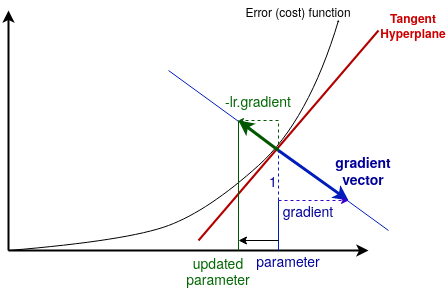
parcoor/miscellanous keeps this draw.io diagram as img/gradient.png. Above is the earlier version. Source tidied: cells renumbered, new cells last; positions are measured from the earlier drawing's top-left corner, leaving out a move shared by most shapes. Source of this version:
```xml
<mxGraphModel>
  <root>
    <mxCell id="0" />
    <mxCell id="1" parent="0" />
    <mxCell id="2" style="endArrow=none;html=1;fillColor=#e51400;strokeColor=#B20000;strokeWidth=2;" parent="1" edge="1">
      <mxGeometry relative="1" as="geometry">
        <mxPoint x="190" y="240" as="sourcePoint" />
        <mxPoint x="370" y="30" as="targetPoint" />
      </mxGeometry>
    </mxCell>
    <mxCell id="3" style="curved=1;html=1;endArrow=ERone;endFill=0;endSize=0;" parent="1" edge="1">
      <mxGeometry relative="1" as="geometry">
        <mxPoint y="250" as="sourcePoint" />
        <mxPoint x="330" y="20" as="targetPoint" />
        <Array as="points">
          <mxPoint x="120" y="240" />
          <mxPoint x="200" y="210" />
          <mxPoint x="300" y="120" />
        </Array>
      </mxGeometry>
    </mxCell>
    <mxCell id="4" style="endArrow=none;html=1;fillColor=#0050ef;strokeColor=#001DBC;" parent="1" edge="1">
      <mxGeometry relative="1" as="geometry">
        <mxPoint x="160" y="70" as="sourcePoint" />
        <mxPoint x="380" y="230" as="targetPoint" />
      </mxGeometry>
    </mxCell>
    <mxCell id="5" style="endArrow=classic;html=1;strokeWidth=3;fillColor=#0050ef;strokeColor=#001DBC;" parent="1" edge="1">
      <mxGeometry relative="1" as="geometry">
        <mxPoint x="270" y="150" as="sourcePoint" />
        <mxPoint x="340" y="200" as="targetPoint" />
      </mxGeometry>
    </mxCell>
    <mxCell id="6" style="endArrow=classic;html=1;strokeWidth=3;fillColor=#008a00;strokeColor=#005700;" parent="1" edge="1">
      <mxGeometry relative="1" as="geometry">
        <mxPoint x="270" y="150" as="sourcePoint" />
        <mxPoint x="230" y="120" as="targetPoint" />
      </mxGeometry>
    </mxCell>
    <mxCell id="7" style="endArrow=classic;html=1;strokeWidth=2;" parent="1" edge="1">
      <mxGeometry relative="1" as="geometry">
        <mxPoint y="250" as="sourcePoint" />
        <mxPoint x="360" y="250" as="targetPoint" />
      </mxGeometry>
    </mxCell>
    <mxCell id="8" style="endArrow=classic;html=1;strokeWidth=2;" parent="1" edge="1">
      <mxGeometry relative="1" as="geometry">
        <mxPoint y="250" as="sourcePoint" />
        <mxPoint y="10" as="targetPoint" />
      </mxGeometry>
    </mxCell>
    <mxCell id="9" value="&lt;b&gt;&lt;font color=&quot;#CC0000&quot;&gt;Tangent Hyperplane&lt;/font&gt;&lt;/b&gt;" style="text;html=1;strokeColor=none;fillColor=none;align=center;verticalAlign=middle;whiteSpace=wrap;rounded=0;" parent="1" vertex="1">
      <mxGeometry x="380" y="10" width="50" height="30" as="geometry" />
    </mxCell>
    <mxCell id="10" style="endArrow=none;dashed=1;html=1;strokeWidth=1;fillColor=#0050ef;strokeColor=#001DBC;" parent="1" edge="1">
      <mxGeometry relative="1" as="geometry">
        <mxPoint x="270" y="200" as="sourcePoint" />
        <mxPoint x="270" y="150" as="targetPoint" />
      </mxGeometry>
    </mxCell>
    <mxCell id="11" value="1" style="text;html=1;strokeColor=none;fillColor=none;align=center;verticalAlign=middle;whiteSpace=wrap;rounded=0;fontSize=14;fontColor=#000099;" parent="1" vertex="1">
      <mxGeometry x="250" y="170" width="30" height="20" as="geometry" />
    </mxCell>
    <mxCell id="12" style="endArrow=classic;html=1;strokeWidth=1;fontSize=14;fontColor=#000099;startSize=3;dashed=1;fillColor=#6a00ff;strokeColor=#3700CC;endSize=5;" parent="1" edge="1">
      <mxGeometry relative="1" as="geometry">
        <mxPoint x="270" y="200" as="sourcePoint" />
        <mxPoint x="340" y="200" as="targetPoint" />
      </mxGeometry>
    </mxCell>
    <mxCell id="13" value="gradient" style="text;html=1;strokeColor=none;fillColor=none;align=center;verticalAlign=middle;whiteSpace=wrap;rounded=0;fontSize=14;fontColor=#000099;" parent="1" vertex="1">
      <mxGeometry x="280" y="200" width="40" height="20" as="geometry" />
    </mxCell>
    <mxCell id="14" value="&lt;b&gt;gradient vector&lt;/b&gt;" style="text;html=1;strokeColor=none;fillColor=none;align=center;verticalAlign=middle;whiteSpace=wrap;rounded=0;fontSize=14;fontColor=#000099;" parent="1" vertex="1">
      <mxGeometry x="310" y="160" width="90" height="20" as="geometry" />
    </mxCell>
    <mxCell id="15" style="endArrow=none;dashed=1;html=1;strokeWidth=1;fillColor=#008a00;strokeColor=#005700;" parent="1" edge="1">
      <mxGeometry relative="1" as="geometry">
        <mxPoint x="270" y="150" as="sourcePoint" />
        <mxPoint x="270" y="120" as="targetPoint" />
      </mxGeometry>
    </mxCell>
    <mxCell id="16" style="endArrow=classic;html=1;dashed=1;strokeWidth=1;fontSize=14;fontColor=#000099;endSize=3;fillColor=#008a00;strokeColor=#005700;" parent="1" edge="1">
      <mxGeometry relative="1" as="geometry">
        <mxPoint x="270" y="120" as="sourcePoint" />
        <mxPoint x="230" y="120" as="targetPoint" />
      </mxGeometry>
    </mxCell>
    <mxCell id="17" value="&lt;font color=&quot;#006600&quot;&gt;-lr.gradient&lt;/font&gt;" style="text;html=1;strokeColor=none;fillColor=none;align=center;verticalAlign=middle;whiteSpace=wrap;rounded=0;fontSize=14;fontColor=#000099;" parent="1" vertex="1">
      <mxGeometry x="230" y="90" width="40" height="20" as="geometry" />
    </mxCell>
    <mxCell id="18" value="parameter" style="text;html=1;strokeColor=none;fillColor=none;align=center;verticalAlign=middle;whiteSpace=wrap;rounded=0;fontSize=14;fontColor=#000099;" parent="1" vertex="1">
      <mxGeometry x="260" y="250" width="40" height="20" as="geometry" />
    </mxCell>
    <mxCell id="19" value="&lt;font color=&quot;#006600&quot;&gt;updated parameter&lt;/font&gt;" style="text;html=1;strokeColor=none;fillColor=none;align=center;verticalAlign=middle;whiteSpace=wrap;rounded=0;fontSize=14;fontColor=#000099;" parent="1" vertex="1">
      <mxGeometry x="190" y="260" width="40" height="20" as="geometry" />
    </mxCell>
    <mxCell id="20" style="endArrow=none;html=1;strokeWidth=1;fontSize=14;fontColor=#000099;exitX=0.25;exitY=0;exitDx=0;exitDy=0;fillColor=#0050ef;strokeColor=#001DBC;" parent="1" edge="1" source="18">
      <mxGeometry relative="1" as="geometry">
        <mxPoint x="270" y="200" as="targetPoint" />
      </mxGeometry>
    </mxCell>
    <mxCell id="21" style="endArrow=none;html=1;strokeWidth=1;fontSize=14;fontColor=#000099;fillColor=#008a00;strokeColor=#005700;" parent="1" edge="1">
      <mxGeometry relative="1" as="geometry">
        <mxPoint x="230" y="250" as="sourcePoint" />
        <mxPoint x="230" y="120" as="targetPoint" />
      </mxGeometry>
    </mxCell>
    <mxCell id="22" style="endArrow=classic;html=1;strokeWidth=1;fontSize=14;fontColor=#000099;" parent="1" edge="1">
      <mxGeometry relative="1" as="geometry">
        <mxPoint x="270" y="240" as="sourcePoint" />
        <mxPoint x="230" y="240" as="targetPoint" />
      </mxGeometry>
    </mxCell>
    <mxCell id="23" value="&lt;font style=&quot;font-size: 12px&quot;&gt;Error (cost) function&lt;/font&gt;" style="text;html=1;strokeColor=none;fillColor=none;align=center;verticalAlign=middle;whiteSpace=wrap;rounded=0;fontSize=14;" parent="1" vertex="1">
      <mxGeometry x="220" width="140" height="20" as="geometry" />
    </mxCell>
  </root>
</mxGraphModel>
```
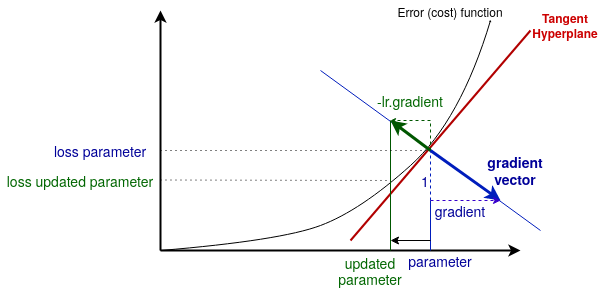
The same file after the commit.

Commit message:
article gradient descent modified

Change to the diagram source:
```diff
@@ -114,5 +114,23 @@
     <mxCell id="23" value="&lt;font style=&quot;font-size: 12px&quot;&gt;Error (cost) function&lt;/font&gt;" style="text;html=1;strokeColor=none;fillColor=none;align=center;verticalAlign=middle;whiteSpace=wrap;rounded=0;fontSize=14;" parent="1" vertex="1">
       <mxGeometry x="220" width="140" height="20" as="geometry" />
     </mxCell>
+    <mxCell id="24" style="endArrow=none;dashed=1;html=1;strokeWidth=1;fontSize=14;fontColor=#000000;dashPattern=1 4;" parent="1" edge="1">
+      <mxGeometry relative="1" as="geometry">
+        <mxPoint y="150" as="sourcePoint" />
+        <mxPoint x="270" y="150" as="targetPoint" />
+      </mxGeometry>
+    </mxCell>
+    <mxCell id="25" style="endArrow=none;dashed=1;html=1;strokeWidth=1;fontSize=14;fontColor=#000000;dashPattern=1 4;" parent="1" edge="1">
+      <mxGeometry relative="1" as="geometry">
+        <mxPoint y="179.5" as="sourcePoint" />
+        <mxPoint x="230" y="180" as="targetPoint" />
+      </mxGeometry>
+    </mxCell>
+    <mxCell id="26" value="&lt;font color=&quot;#000099&quot;&gt;loss parameter&lt;/font&gt;" style="text;html=1;strokeColor=none;fillColor=none;align=center;verticalAlign=middle;whiteSpace=wrap;rounded=0;fontSize=14;fontColor=#000000;" parent="1" vertex="1">
+      <mxGeometry x="-120" y="140" width="120" height="20" as="geometry" />
+    </mxCell>
+    <mxCell id="27" value="&lt;font color=&quot;#006600&quot;&gt;loss updated parameter&lt;/font&gt;" style="text;html=1;strokeColor=none;fillColor=none;align=center;verticalAlign=middle;whiteSpace=wrap;rounded=0;fontSize=14;fontColor=#000000;" parent="1" vertex="1">
+      <mxGeometry x="-160" y="170" width="160" height="20" as="geometry" />
+    </mxCell>
   </root>
 </mxGraphModel>
```
